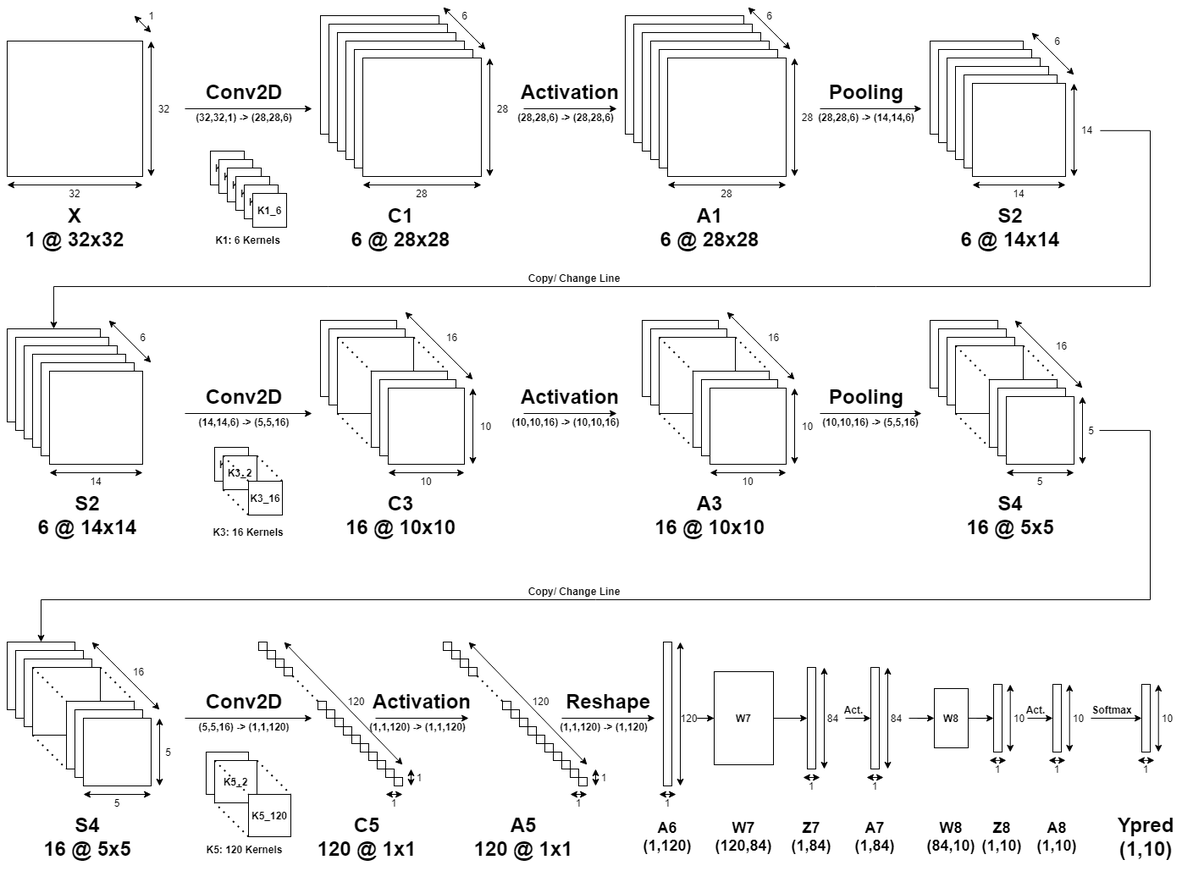
The draw.io diagram DeepLearning/HW3/imgs/Structure_LeNet5.png in Ratherman/AI, before a commit. Source tidied: cells renumbered, new cells last; positions are measured from the earlier drawing's top-left corner, leaving out a move shared by most shapes.
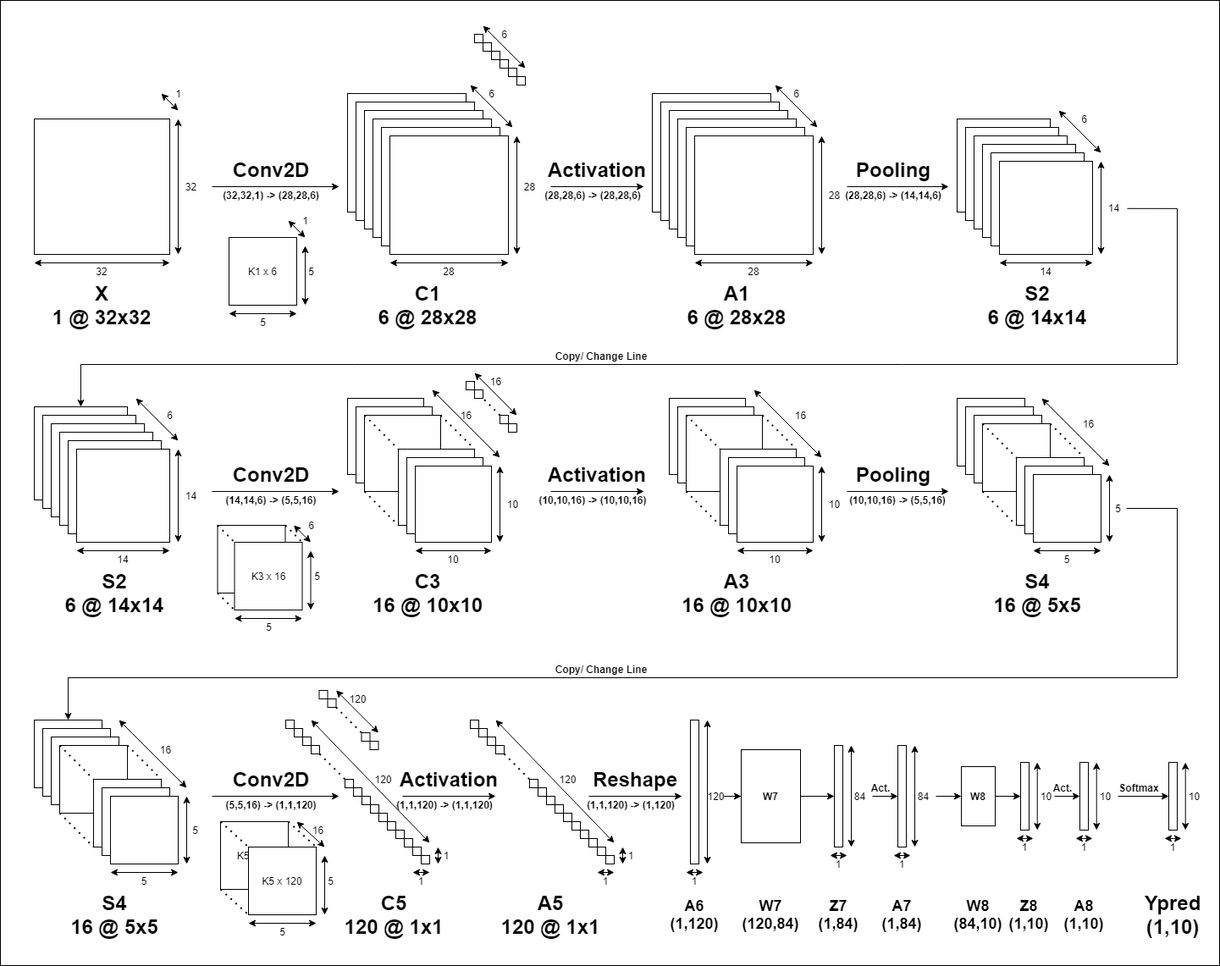
After the commit.

Commit message:
modify lenet structure

Change to the diagram source:
```diff
@@ -2,6 +2,9 @@
   <root>
     <mxCell id="0" />
     <mxCell id="1" parent="0" />
+    <mxCell id="272" style="rounded=0;whiteSpace=wrap;html=1;" parent="1" vertex="1">
+      <mxGeometry x="-40" y="-100" width="1440" height="1140" as="geometry" />
+    </mxCell>
     <mxCell id="2" style="whiteSpace=wrap;html=1;" parent="1" vertex="1">
       <mxGeometry y="40" width="160" height="160" as="geometry" />
     </mxCell>
@@ -86,24 +89,6 @@
     <mxCell id="22" value="28" style="text;html=1;align=center;verticalAlign=middle;" parent="1" vertex="1">
       <mxGeometry x="570" y="110" width="30" height="20" as="geometry" />
     </mxCell>
-    <mxCell id="23" value="&lt;b&gt;K1_1&lt;/b&gt;" style="whiteSpace=wrap;html=1;" parent="1" vertex="1">
-      <mxGeometry x="240" y="170" width="40" height="40" as="geometry" />
-    </mxCell>
-    <mxCell id="24" value="&lt;b&gt;K1_2&lt;/b&gt;" style="whiteSpace=wrap;html=1;" parent="1" vertex="1">
-      <mxGeometry x="250" y="180" width="40" height="40" as="geometry" />
-    </mxCell>
-    <mxCell id="25" value="&lt;b&gt;K1_3&lt;/b&gt;" style="whiteSpace=wrap;html=1;" parent="1" vertex="1">
-      <mxGeometry x="260" y="190" width="40" height="40" as="geometry" />
-    </mxCell>
-    <mxCell id="26" value="&lt;b&gt;K1_4&lt;/b&gt;" style="whiteSpace=wrap;html=1;" parent="1" vertex="1">
-      <mxGeometry x="270" y="200" width="40" height="40" as="geometry" />
-    </mxCell>
-    <mxCell id="27" value="&lt;b&gt;K1_5&lt;/b&gt;" style="whiteSpace=wrap;html=1;" parent="1" vertex="1">
-      <mxGeometry x="280" y="210" width="40" height="40" as="geometry" />
-    </mxCell>
-    <mxCell id="28" value="&lt;b&gt;K1_6&lt;/b&gt;" style="whiteSpace=wrap;html=1;" parent="1" vertex="1">
-      <mxGeometry x="290" y="220" width="40" height="40" as="geometry" />
-    </mxCell>
     <mxCell id="29" value="&lt;font style=&quot;font-size: 24px&quot;&gt;&lt;b&gt;Conv2D&lt;/b&gt;&lt;/font&gt;" style="text;html=1;strokeColor=none;fillColor=none;align=center;verticalAlign=middle;whiteSpace=wrap;rounded=0;" parent="1" vertex="1">
       <mxGeometry x="200" y="80" width="160" height="40" as="geometry" />
     </mxCell>
@@ -327,7 +312,7 @@
       </mxGeometry>
     </mxCell>
     <mxCell id="88" value="16" style="text;html=1;align=center;verticalAlign=middle;" parent="1" vertex="1">
-      <mxGeometry x="510" y="380" width="30" height="20" as="geometry" />
+      <mxGeometry x="495" y="380" width="30" height="20" as="geometry" />
     </mxCell>
     <mxCell id="89" style="endArrow=classic;startArrow=classic;html=1;" parent="1" edge="1">
       <mxGeometry relative="1" as="geometry">
@@ -536,9 +521,6 @@
         <mxPoint x="360" y="840" as="targetPoint" />
       </mxGeometry>
     </mxCell>
-    <mxCell id="145" value="&lt;b&gt;K5_1&lt;/b&gt;" style="whiteSpace=wrap;html=1;" parent="1" vertex="1">
-      <mxGeometry x="235" y="880" width="50" height="50" as="geometry" />
-    </mxCell>
     <mxCell id="146" value="&lt;font style=&quot;font-size: 24px&quot;&gt;&lt;b&gt;Conv2D&lt;/b&gt;&lt;/font&gt;" style="text;html=1;strokeColor=none;fillColor=none;align=center;verticalAlign=middle;whiteSpace=wrap;rounded=0;" parent="1" vertex="1">
       <mxGeometry x="200" y="800" width="160" height="40" as="geometry" />
     </mxCell>
@@ -946,47 +928,203 @@
     <mxCell id="257" value="&lt;b&gt;Copy/ Change Line&lt;/b&gt;" style="text;html=1;strokeColor=none;fillColor=none;align=center;verticalAlign=middle;whiteSpace=wrap;rounded=0;" parent="1" vertex="1">
       <mxGeometry x="600" y="680" width="140" height="20" as="geometry" />
     </mxCell>
-    <mxCell id="258" value="&lt;b&gt;K1: 6 Kernels&lt;/b&gt;" style="text;html=1;strokeColor=none;fillColor=none;align=center;verticalAlign=middle;whiteSpace=wrap;rounded=0;rotation=0;" parent="1" vertex="1">
-      <mxGeometry x="239.2" y="265" width="91.5" height="20" as="geometry" />
-    </mxCell>
-    <mxCell id="259" value="&lt;b&gt;K1_1&lt;/b&gt;" style="whiteSpace=wrap;html=1;" parent="1" vertex="1">
-      <mxGeometry x="245" y="520" width="40" height="40" as="geometry" />
-    </mxCell>
-    <mxCell id="260" value="&lt;b&gt;K3_2&lt;/b&gt;" style="whiteSpace=wrap;html=1;" parent="1" vertex="1">
-      <mxGeometry x="255" y="530" width="40" height="40" as="geometry" />
-    </mxCell>
-    <mxCell id="261" value="&lt;b&gt;K3_16&lt;/b&gt;" style="whiteSpace=wrap;html=1;" parent="1" vertex="1">
-      <mxGeometry x="285" y="560" width="40" height="40" as="geometry" />
-    </mxCell>
-    <mxCell id="262" value="&lt;b&gt;K3: 16 Kernels&lt;/b&gt;" style="text;html=1;strokeColor=none;fillColor=none;align=center;verticalAlign=middle;whiteSpace=wrap;rounded=0;rotation=0;" parent="1" vertex="1">
-      <mxGeometry x="241.8" y="610" width="86.5" height="20" as="geometry" />
-    </mxCell>
-    <mxCell id="263" style="endArrow=none;dashed=1;html=1;dashPattern=1 3;strokeWidth=2;entryX=0;entryY=1;entryDx=0;entryDy=0;exitX=0;exitY=1;exitDx=0;exitDy=0;" parent="1" edge="1" source="260" target="261">
-      <mxGeometry relative="1" as="geometry" />
-    </mxCell>
-    <mxCell id="264" style="endArrow=none;dashed=1;html=1;dashPattern=1 3;strokeWidth=2;exitX=1;exitY=0;exitDx=0;exitDy=0;entryX=1;entryY=0;entryDx=0;entryDy=0;" parent="1" edge="1" source="260" target="261">
-      <mxGeometry relative="1" as="geometry" />
-    </mxCell>
-    <mxCell id="265" style="endArrow=none;dashed=1;html=1;dashPattern=1 3;strokeWidth=2;exitX=0;exitY=0;exitDx=0;exitDy=0;entryX=0;entryY=0;entryDx=0;entryDy=0;" parent="1" edge="1" source="260" target="261">
-      <mxGeometry relative="1" as="geometry" />
-    </mxCell>
-    <mxCell id="266" value="&lt;b&gt;K5_2&lt;/b&gt;" style="whiteSpace=wrap;html=1;" parent="1" vertex="1">
-      <mxGeometry x="245" y="890" width="50" height="50" as="geometry" />
-    </mxCell>
-    <mxCell id="267" style="endArrow=none;dashed=1;html=1;dashPattern=1 3;strokeWidth=2;exitX=0;exitY=0;exitDx=0;exitDy=0;entryX=0;entryY=0;entryDx=0;entryDy=0;" parent="1" edge="1" source="266" target="271">
-      <mxGeometry relative="1" as="geometry" />
-    </mxCell>
-    <mxCell id="268" style="endArrow=none;dashed=1;html=1;dashPattern=1 3;strokeWidth=2;exitX=1;exitY=0;exitDx=0;exitDy=0;entryX=1;entryY=0;entryDx=0;entryDy=0;" parent="1" edge="1" source="266" target="271">
-      <mxGeometry relative="1" as="geometry" />
-    </mxCell>
-    <mxCell id="269" style="endArrow=none;dashed=1;html=1;dashPattern=1 3;strokeWidth=2;entryX=0;entryY=1;entryDx=0;entryDy=0;exitX=0;exitY=1;exitDx=0;exitDy=0;" parent="1" edge="1" source="271" target="266">
-      <mxGeometry relative="1" as="geometry" />
-    </mxCell>
-    <mxCell id="270" value="&lt;b&gt;K5: 120 Kernels&lt;/b&gt;" style="text;html=1;strokeColor=none;fillColor=none;align=center;verticalAlign=middle;whiteSpace=wrap;rounded=0;rotation=0;" parent="1" vertex="1">
-      <mxGeometry x="223.8" y="985" width="113.2" height="20" as="geometry" />
-    </mxCell>
-    <mxCell id="271" value="&lt;b&gt;K5_120&lt;/b&gt;" style="whiteSpace=wrap;html=1;" parent="1" vertex="1">
-      <mxGeometry x="285" y="930" width="50" height="50" as="geometry" />
-    </mxCell>
+    <mxCell id="273" style="endArrow=classic;startArrow=classic;html=1;" parent="1" edge="1">
+      <mxGeometry relative="1" as="geometry">
+        <mxPoint x="170" y="430" as="sourcePoint" />
+        <mxPoint x="170" y="540" as="targetPoint" />
+      </mxGeometry>
+    </mxCell>
+    <mxCell id="274" value="14" style="text;html=1;align=center;verticalAlign=middle;" parent="1" vertex="1">
+      <mxGeometry x="170" y="475" width="30" height="20" as="geometry" />
+    </mxCell>
+    <mxCell id="275" value="K1 x 6" style="whiteSpace=wrap;html=1;" parent="1" vertex="1">
+      <mxGeometry x="230" y="180" width="80" height="80" as="geometry" />
+    </mxCell>
+    <mxCell id="276" style="endArrow=classic;startArrow=classic;html=1;" parent="1" edge="1">
+      <mxGeometry relative="1" as="geometry">
+        <mxPoint x="230" y="270" as="sourcePoint" />
+        <mxPoint x="310" y="270" as="targetPoint" />
+      </mxGeometry>
+    </mxCell>
+    <mxCell id="277" style="endArrow=classic;startArrow=classic;html=1;" parent="1" edge="1">
+      <mxGeometry relative="1" as="geometry">
+        <mxPoint x="320" y="260" as="sourcePoint" />
+        <mxPoint x="320" y="190" as="targetPoint" />
+      </mxGeometry>
+    </mxCell>
+    <mxCell id="278" style="endArrow=classic;startArrow=classic;html=1;" parent="1" edge="1">
+      <mxGeometry relative="1" as="geometry">
+        <mxPoint x="320" y="180" as="sourcePoint" />
+        <mxPoint x="300" y="160" as="targetPoint" />
+      </mxGeometry>
+    </mxCell>
+    <mxCell id="279" value="5" style="text;html=1;align=center;verticalAlign=middle;" parent="1" vertex="1">
+      <mxGeometry x="260" y="270" width="20" height="20" as="geometry" />
+    </mxCell>
+    <mxCell id="280" value="5" style="text;html=1;align=center;verticalAlign=middle;" parent="1" vertex="1">
+      <mxGeometry x="317" y="210" width="20" height="20" as="geometry" />
+    </mxCell>
+    <mxCell id="281" value="1" style="text;html=1;align=center;verticalAlign=middle;" parent="1" vertex="1">
+      <mxGeometry x="310" y="150" width="20" height="20" as="geometry" />
+    </mxCell>
+    <mxCell id="282" style="endArrow=classic;startArrow=classic;html=1;" parent="1" edge="1">
+      <mxGeometry relative="1" as="geometry">
+        <mxPoint x="236.5" y="630" as="sourcePoint" />
+        <mxPoint x="316.5" y="630" as="targetPoint" />
+      </mxGeometry>
+    </mxCell>
+    <mxCell id="283" style="endArrow=classic;startArrow=classic;html=1;" parent="1" edge="1">
+      <mxGeometry relative="1" as="geometry">
+        <mxPoint x="326.5" y="620" as="sourcePoint" />
+        <mxPoint x="326.5" y="550" as="targetPoint" />
+      </mxGeometry>
+    </mxCell>
+    <mxCell id="284" style="endArrow=classic;startArrow=classic;html=1;" parent="1" edge="1">
+      <mxGeometry relative="1" as="geometry">
+        <mxPoint x="326.5" y="540" as="sourcePoint" />
+        <mxPoint x="306.5" y="520" as="targetPoint" />
+      </mxGeometry>
+    </mxCell>
+    <mxCell id="285" value="5" style="text;html=1;align=center;verticalAlign=middle;" parent="1" vertex="1">
+      <mxGeometry x="266.5" y="630" width="20" height="20" as="geometry" />
+    </mxCell>
+    <mxCell id="286" value="5" style="text;html=1;align=center;verticalAlign=middle;" parent="1" vertex="1">
+      <mxGeometry x="323.5" y="570" width="20" height="20" as="geometry" />
+    </mxCell>
+    <mxCell id="287" value="6" style="text;html=1;align=center;verticalAlign=middle;" parent="1" vertex="1">
+      <mxGeometry x="316.5" y="510" width="20" height="20" as="geometry" />
+    </mxCell>
+    <mxCell id="288" value="K1 x 16" style="whiteSpace=wrap;html=1;" parent="1" vertex="1">
+      <mxGeometry x="216.5" y="520" width="80" height="80" as="geometry" />
+    </mxCell>
+    <mxCell id="289" value="K3 x 16" style="whiteSpace=wrap;html=1;" parent="1" vertex="1">
+      <mxGeometry x="236.5" y="540" width="80" height="80" as="geometry" />
+    </mxCell>
+    <mxCell id="290" style="endArrow=none;dashed=1;html=1;dashPattern=1 3;strokeWidth=2;exitX=0;exitY=0;exitDx=0;exitDy=0;entryX=0;entryY=0;entryDx=0;entryDy=0;" parent="1" edge="1" source="288" target="289">
+      <mxGeometry relative="1" as="geometry" />
+    </mxCell>
+    <mxCell id="291" style="endArrow=none;dashed=1;html=1;dashPattern=1 3;strokeWidth=2;exitX=0;exitY=1;exitDx=0;exitDy=0;entryX=0;entryY=1;entryDx=0;entryDy=0;" parent="1" edge="1" source="288" target="289">
+      <mxGeometry relative="1" as="geometry" />
+    </mxCell>
+    <mxCell id="292" style="endArrow=none;dashed=1;html=1;dashPattern=1 3;strokeWidth=2;exitX=1;exitY=0;exitDx=0;exitDy=0;entryX=1;entryY=0;entryDx=0;entryDy=0;" parent="1" edge="1" source="288" target="289">
+      <mxGeometry relative="1" as="geometry" />
+    </mxCell>
+    <mxCell id="293" style="endArrow=classic;startArrow=classic;html=1;" parent="1" edge="1">
+      <mxGeometry relative="1" as="geometry">
+        <mxPoint x="253" y="990" as="sourcePoint" />
+        <mxPoint x="333" y="990" as="targetPoint" />
+      </mxGeometry>
+    </mxCell>
+    <mxCell id="294" style="endArrow=classic;startArrow=classic;html=1;" parent="1" edge="1">
+      <mxGeometry relative="1" as="geometry">
+        <mxPoint x="343" y="980" as="sourcePoint" />
+        <mxPoint x="343" y="910" as="targetPoint" />
+      </mxGeometry>
+    </mxCell>
+    <mxCell id="295" style="endArrow=classic;startArrow=classic;html=1;" parent="1" edge="1">
+      <mxGeometry relative="1" as="geometry">
+        <mxPoint x="343" y="900" as="sourcePoint" />
+        <mxPoint x="310" y="870" as="targetPoint" />
+      </mxGeometry>
+    </mxCell>
+    <mxCell id="296" value="5" style="text;html=1;align=center;verticalAlign=middle;" parent="1" vertex="1">
+      <mxGeometry x="283" y="990" width="20" height="20" as="geometry" />
+    </mxCell>
+    <mxCell id="297" value="5" style="text;html=1;align=center;verticalAlign=middle;" parent="1" vertex="1">
+      <mxGeometry x="340" y="930" width="20" height="20" as="geometry" />
+    </mxCell>
+    <mxCell id="298" value="16" style="text;html=1;align=center;verticalAlign=middle;" parent="1" vertex="1">
+      <mxGeometry x="320" y="870" width="30" height="20" as="geometry" />
+    </mxCell>
+    <mxCell id="299" value="K5 x 16" style="whiteSpace=wrap;html=1;" parent="1" vertex="1">
+      <mxGeometry x="220" y="870" width="80" height="80" as="geometry" />
+    </mxCell>
+    <mxCell id="300" value="K5 x 120" style="whiteSpace=wrap;html=1;" parent="1" vertex="1">
+      <mxGeometry x="253" y="900" width="80" height="80" as="geometry" />
+    </mxCell>
+    <mxCell id="301" style="endArrow=none;dashed=1;html=1;dashPattern=1 3;strokeWidth=2;exitX=0;exitY=0;exitDx=0;exitDy=0;entryX=0;entryY=0;entryDx=0;entryDy=0;" parent="1" edge="1" source="299" target="300">
+      <mxGeometry relative="1" as="geometry" />
+    </mxCell>
+    <mxCell id="302" style="endArrow=none;dashed=1;html=1;dashPattern=1 3;strokeWidth=2;exitX=0;exitY=1;exitDx=0;exitDy=0;entryX=0;entryY=1;entryDx=0;entryDy=0;" parent="1" edge="1" source="299" target="300">
+      <mxGeometry relative="1" as="geometry" />
+    </mxCell>
+    <mxCell id="303" style="endArrow=none;dashed=1;html=1;dashPattern=1 3;strokeWidth=2;exitX=1;exitY=0;exitDx=0;exitDy=0;entryX=1;entryY=0;entryDx=0;entryDy=0;" parent="1" edge="1" source="299" target="300">
+      <mxGeometry relative="1" as="geometry" />
+    </mxCell>
+    <mxCell id="304" style="whiteSpace=wrap;html=1;" parent="1" vertex="1">
+      <mxGeometry x="520" y="-60" width="10" height="10" as="geometry" />
+    </mxCell>
+    <mxCell id="305" style="whiteSpace=wrap;html=1;" parent="1" vertex="1">
+      <mxGeometry x="530" y="-50" width="10" height="10" as="geometry" />
+    </mxCell>
+    <mxCell id="306" style="whiteSpace=wrap;html=1;" parent="1" vertex="1">
+      <mxGeometry x="540" y="-40" width="10" height="10" as="geometry" />
+    </mxCell>
+    <mxCell id="307" style="whiteSpace=wrap;html=1;" parent="1" vertex="1">
+      <mxGeometry x="550" y="-30" width="10" height="10" as="geometry" />
+    </mxCell>
+    <mxCell id="308" style="whiteSpace=wrap;html=1;" parent="1" vertex="1">
+      <mxGeometry x="560" y="-20" width="10" height="10" as="geometry" />
+    </mxCell>
+    <mxCell id="309" style="whiteSpace=wrap;html=1;" parent="1" vertex="1">
+      <mxGeometry x="570" y="-10" width="10" height="10" as="geometry" />
+    </mxCell>
+    <mxCell id="310" value="6" style="text;html=1;align=center;verticalAlign=middle;" parent="1" vertex="1">
+      <mxGeometry x="545" y="-70" width="20" height="20" as="geometry" />
+    </mxCell>
+    <mxCell id="311" style="endArrow=classic;startArrow=classic;html=1;" parent="1" edge="1">
+      <mxGeometry relative="1" as="geometry">
+        <mxPoint x="580" y="-20" as="sourcePoint" />
+        <mxPoint x="530" y="-70" as="targetPoint" />
+      </mxGeometry>
+    </mxCell>
+    <mxCell id="312" style="whiteSpace=wrap;html=1;" parent="1" vertex="1">
+      <mxGeometry x="336.5" y="715" width="10" height="10" as="geometry" />
+    </mxCell>
+    <mxCell id="313" style="whiteSpace=wrap;html=1;" parent="1" vertex="1">
+      <mxGeometry x="346.5" y="725" width="10" height="10" as="geometry" />
+    </mxCell>
+    <mxCell id="314" style="whiteSpace=wrap;html=1;" parent="1" vertex="1">
+      <mxGeometry x="386.5" y="765" width="10" height="10" as="geometry" />
+    </mxCell>
+    <mxCell id="315" style="whiteSpace=wrap;html=1;" parent="1" vertex="1">
+      <mxGeometry x="396.5" y="775" width="10" height="10" as="geometry" />
+    </mxCell>
+    <mxCell id="316" value="120" style="text;html=1;align=center;verticalAlign=middle;" parent="1" vertex="1">
+      <mxGeometry x="361.5" y="715" width="40" height="20" as="geometry" />
+    </mxCell>
+    <mxCell id="317" style="endArrow=classic;startArrow=classic;html=1;" parent="1" edge="1">
+      <mxGeometry relative="1" as="geometry">
+        <mxPoint x="406.5" y="765" as="sourcePoint" />
+        <mxPoint x="356.5" y="715" as="targetPoint" />
+      </mxGeometry>
+    </mxCell>
+    <mxCell id="318" style="endArrow=none;dashed=1;html=1;dashPattern=1 3;strokeWidth=2;exitX=1;exitY=1;exitDx=0;exitDy=0;entryX=0;entryY=0;entryDx=0;entryDy=0;" parent="1" edge="1" source="313" target="314">
+      <mxGeometry relative="1" as="geometry" />
+    </mxCell>
+    <mxCell id="319" style="whiteSpace=wrap;html=1;" parent="1" vertex="1">
+      <mxGeometry x="510" y="350" width="10" height="10" as="geometry" />
+    </mxCell>
+    <mxCell id="320" style="whiteSpace=wrap;html=1;" parent="1" vertex="1">
+      <mxGeometry x="520" y="360" width="10" height="10" as="geometry" />
+    </mxCell>
+    <mxCell id="321" style="whiteSpace=wrap;html=1;" parent="1" vertex="1">
+      <mxGeometry x="550" y="390" width="10" height="10" as="geometry" />
+    </mxCell>
+    <mxCell id="322" style="whiteSpace=wrap;html=1;" parent="1" vertex="1">
+      <mxGeometry x="560" y="400" width="10" height="10" as="geometry" />
+    </mxCell>
+    <mxCell id="323" value="16" style="text;html=1;align=center;verticalAlign=middle;" parent="1" vertex="1">
+      <mxGeometry x="530" y="340" width="30" height="20" as="geometry" />
+    </mxCell>
+    <mxCell id="324" style="endArrow=classic;startArrow=classic;html=1;" parent="1" edge="1">
+      <mxGeometry relative="1" as="geometry">
+        <mxPoint x="570" y="390" as="sourcePoint" />
+        <mxPoint x="520" y="340" as="targetPoint" />
+      </mxGeometry>
+    </mxCell>
+    <mxCell id="325" style="endArrow=none;dashed=1;html=1;dashPattern=1 3;strokeWidth=2;entryX=1;entryY=1;entryDx=0;entryDy=0;exitX=0;exitY=0;exitDx=0;exitDy=0;" parent="1" edge="1" source="321" target="320">
+      <mxGeometry relative="1" as="geometry" />
+    </mxCell>
   </root>
 </mxGraphModel>
```
